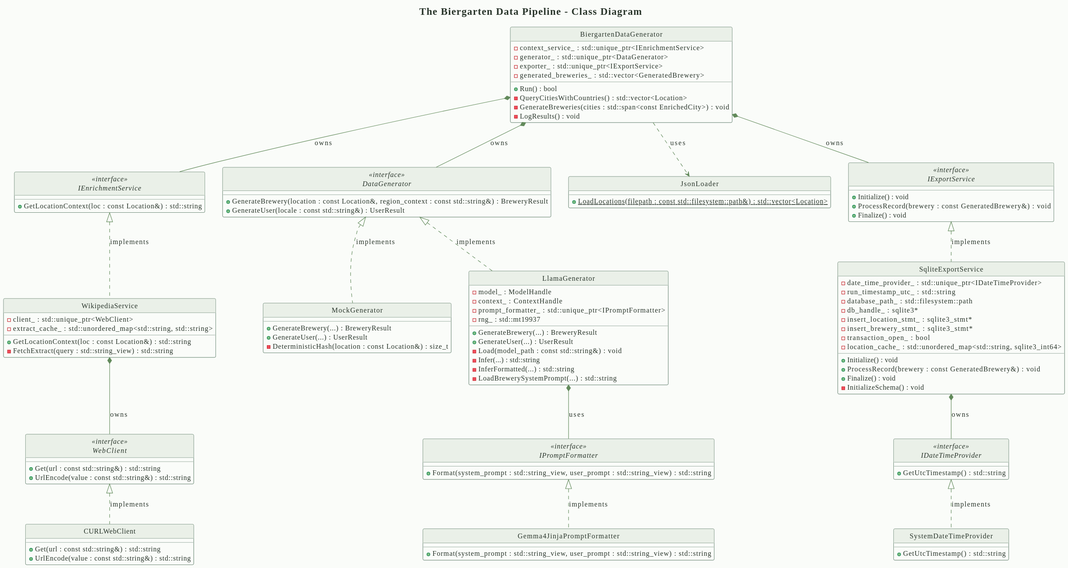
aaronpo97/the-biergarten-app keeps this PlantUML diagram as docs/pipeline/diagrams/current/output/class.svg. Above is the earlier version.
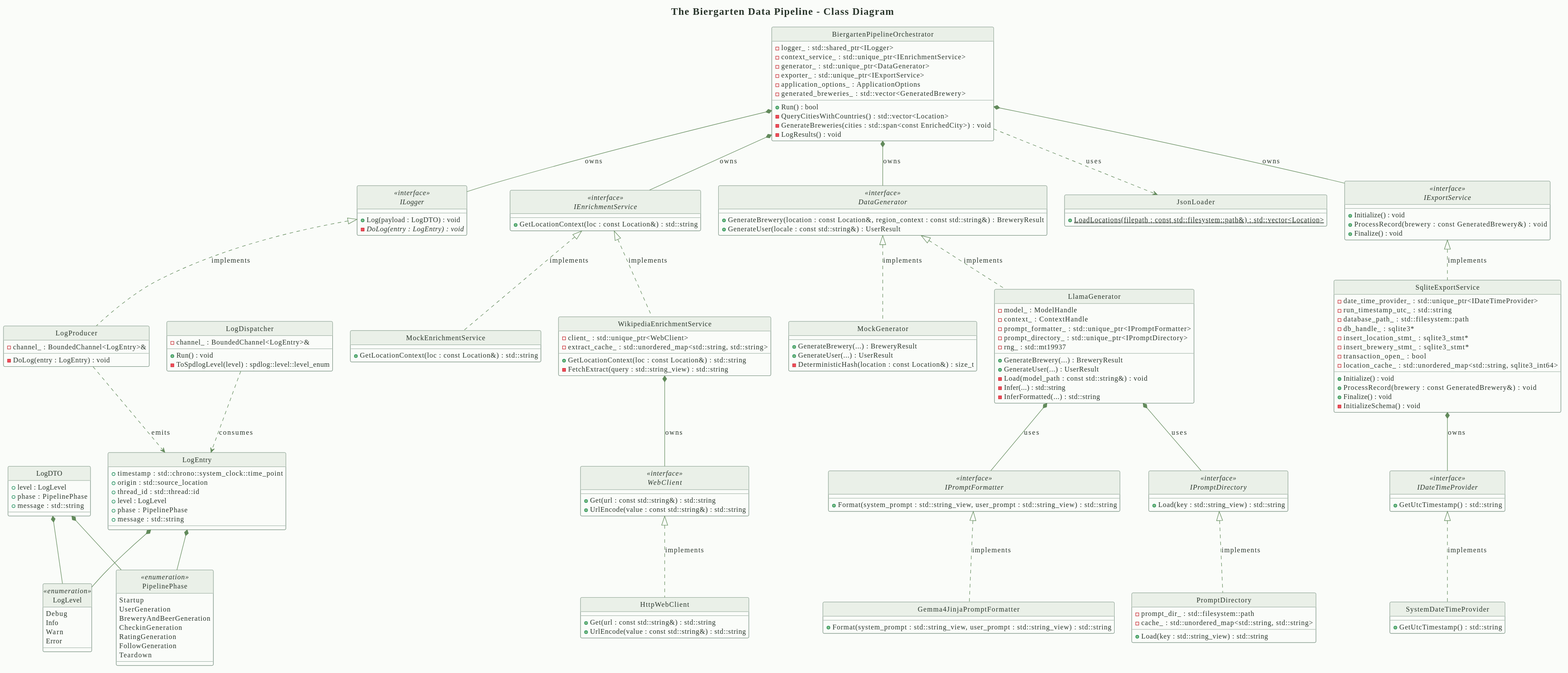
The same diagram one commit later.

What changed in the source:
```diff
@@ -25,10 +25,12 @@
 
 title The Biergarten Data Pipeline - Class Diagram
 
-class BiergartenDataGenerator {
+class BiergartenPipelineOrchestrator {
+  - logger_ : std::shared_ptr<ILogger>
   - context_service_ : std::unique_ptr<IEnrichmentService>
   - generator_ : std::unique_ptr<DataGenerator>
   - exporter_ : std::unique_ptr<IExportService>
+  - application_options_ : ApplicationOptions
   - generated_breweries_ : std::vector<GeneratedBrewery>
   + Run() : bool
   - QueryCitiesWithCountries() : std::vector<Location>
@@ -36,11 +38,63 @@
   - LogResults() : void
 }
 
+class LogLevel <<enumeration>> {
+  Debug
+  Info
+  Warn
+  Error
+}
+
+class PipelinePhase <<enumeration>> {
+  Startup
+  UserGeneration
+  BreweryAndBeerGeneration
+  CheckinGeneration
+  RatingGeneration
+  FollowGeneration
+  Teardown
+}
+
+struct LogDTO {
+  + level : LogLevel
+  + phase : PipelinePhase
+  + message : std::string
+}
+
+struct LogEntry {
+  + timestamp : std::chrono::system_clock::time_point
+  + origin : std::source_location
+  + thread_id : std::thread::id
+  + level : LogLevel
+  + phase : PipelinePhase
+  + message : std::string
+}
+
+interface ILogger <<interface>> {
+  + Log(payload : LogDTO) : void
+  - {abstract} DoLog(entry : LogEntry) : void
+}
+
+class LogProducer {
+  - channel_ : BoundedChannel<LogEntry>&
+  - DoLog(entry : LogEntry) : void
+}
+
+class LogDispatcher {
+  - channel_ : BoundedChannel<LogEntry>&
+  + Run() : void
+  - ToSpdlogLevel(level) : spdlog::level::level_enum
+}
+
 interface IEnrichmentService <<interface>> {
   + GetLocationContext(loc : const Location&) : std::string
 }
 
-class WikipediaService {
+class MockEnrichmentService {
+  + GetLocationContext(loc : const Location&) : std::string
+}
+
+class WikipediaEnrichmentService {
   - client_ : std::unique_ptr<WebClient>
   - extract_cache_ : std::unordered_map<std::string, std::string>
   + GetLocationContext(loc : const Location&) : std::string
@@ -52,7 +106,7 @@
   + UrlEncode(value : const std::string&) : std::string
 }
 
-class CURLWebClient {
+class HttpWebClient {
   + Get(url : const std::string&) : std::string
   + UrlEncode(value : const std::string&) : std::string
 }
@@ -72,13 +126,13 @@
   - model_ : ModelHandle
   - context_ : ContextHandle
   - prompt_formatter_ : std::unique_ptr<IPromptFormatter>
+  - prompt_directory_ : std::unique_ptr<IPromptDirectory>
   - rng_ : std::mt19937
   + GenerateBrewery(...) : BreweryResult
   + GenerateUser(...) : UserResult
   - Load(model_path : const std::string&) : void
   - Infer(...) : std::string
   - InferFormatted(...) : std::string
-  - LoadBrewerySystemPrompt(...) : std::string
 }
 
 interface IPromptFormatter <<interface>> {
@@ -87,6 +141,16 @@
 
 class Gemma4JinjaPromptFormatter {
   + Format(system_prompt : std::string_view, user_prompt : std::string_view) : std::string
+}
+
+interface IPromptDirectory <<interface>> {
+  + Load(key : std::string_view) : std::string
+}
+
+class PromptDirectory {
+  - prompt_dir_ : std::filesystem::path
+  - cache_ : std::unordered_map<std::string, std::string>
+  + Load(key : std::string_view) : std::string
 }
 
 class JsonLoader {
@@ -122,23 +186,35 @@
   + GetUtcTimestamp() : std::string
 }
 
-BiergartenDataGenerator *-- IEnrichmentService : owns
-BiergartenDataGenerator *-- DataGenerator : owns
-BiergartenDataGenerator *-- IExportService : owns
+BiergartenPipelineOrchestrator *-- ILogger : owns
+BiergartenPipelineOrchestrator *-- IEnrichmentService : owns
+BiergartenPipelineOrchestrator *-- DataGenerator : owns
+BiergartenPipelineOrchestrator *-- IExportService : owns
 
-IEnrichmentService <|.. WikipediaService : implements
-WikipediaService *-- WebClient : owns
+LogEntry *-- LogLevel
+LogEntry *-- PipelinePhase
+LogDTO *-- LogLevel
+LogDTO *-- PipelinePhase
+ILogger <|.. LogProducer : implements
+LogProducer ..> LogEntry : emits
+LogDispatcher ..> LogEntry : consumes
 
-WebClient <|.. CURLWebClient : implements
+IEnrichmentService <|.. WikipediaEnrichmentService : implements
+IEnrichmentService <|.. MockEnrichmentService : implements
+WikipediaEnrichmentService *-- WebClient : owns
+
+WebClient <|.. HttpWebClient : implements
 
 DataGenerator <|.. MockGenerator : implements
 DataGenerator <|.. LlamaGenerator : implements
 
 LlamaGenerator *-- IPromptFormatter : uses
+LlamaGenerator *-- IPromptDirectory : uses
 
 IPromptFormatter <|.. Gemma4JinjaPromptFormatter : implements
+IPromptDirectory <|.. PromptDirectory : implements
 
-BiergartenDataGenerator ..> JsonLoader : uses
+BiergartenPipelineOrchestrator ..> JsonLoader : uses
 
 IExportService <|.. SqliteExportService : implements
 SqliteExportService *-- IDateTimeProvider : owns
```
